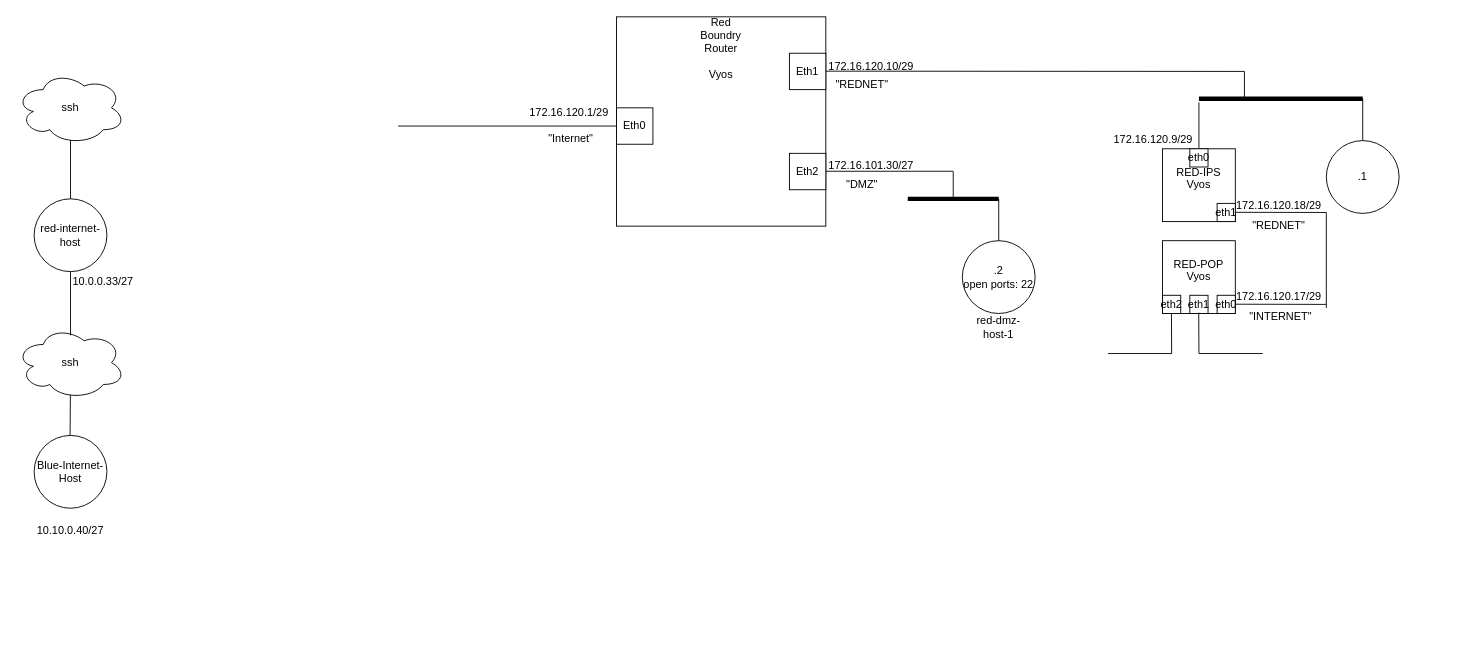
This is Untitled Diagram.drawio from NotXavierrr/Map, a draw.io file, before an edit. Source tidied: cells renumbered, new cells numbered last; positions are measured from the earlier drawing's top-left corner, leaving out a move shared by most shapes. Both pictures are drawn from the tidied source at 91%, with x=0, y=0 at pixel (15, 16).
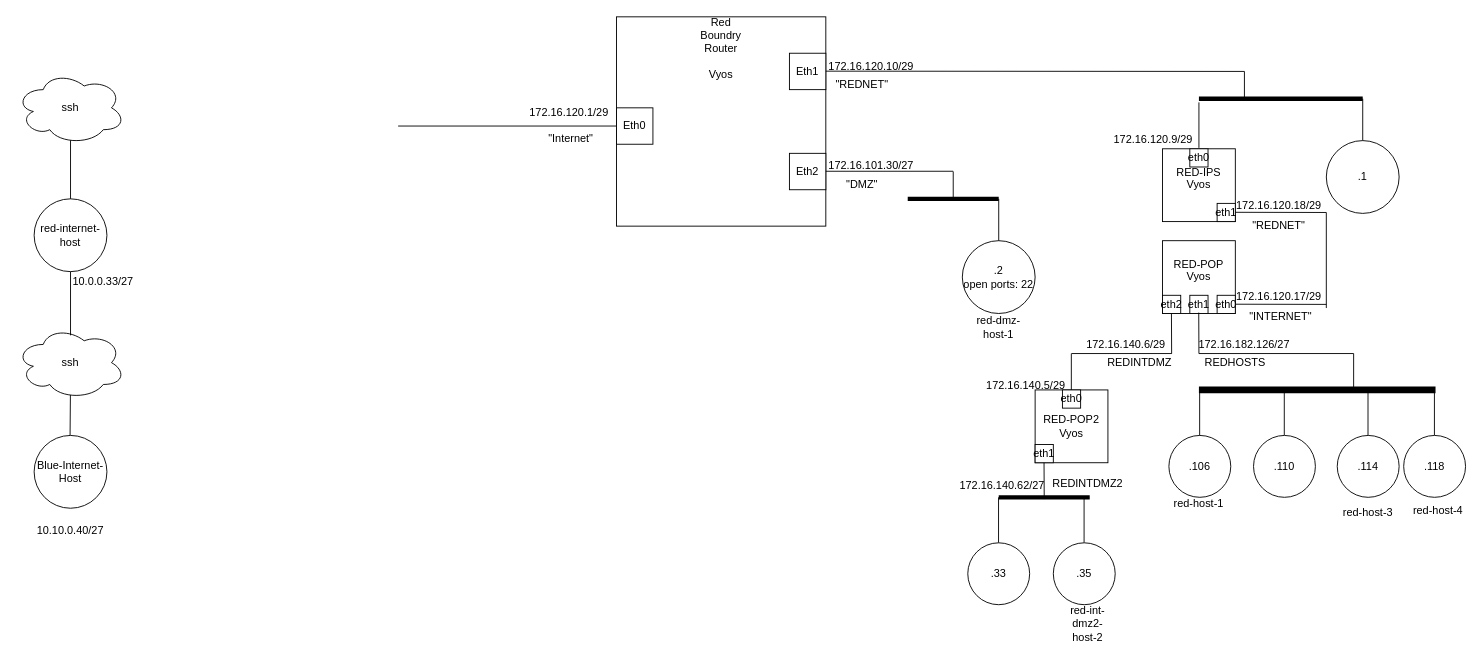
After the change.

What changed in the source:
```diff
@@
     <mxCell id="52" style="endArrow=none;html=1;rounded=0;" parent="1" edge="1">
       <mxGeometry relative="1" as="geometry">
-        <mxPoint x="1370.2" y="370" as="sourcePoint" />
+        <mxPoint x="1470" y="370" as="sourcePoint" />
         <mxPoint x="1300" y="370" as="targetPoint" />
       </mxGeometry>
     </mxCell>
     <mxCell id="53" style="endArrow=none;html=1;rounded=0;" parent="1" edge="1">
       <mxGeometry relative="1" as="geometry">
         <mxPoint x="1270.2" y="370" as="sourcePoint" />
-        <mxPoint x="1200" y="370" as="targetPoint" />
+        <mxPoint x="1160" y="370" as="targetPoint" />
       </mxGeometry>
     </mxCell>
+    <mxCell id="54" value="172.16.182.126/27" style="text;html=1;align=center;verticalAlign=middle;whiteSpace=wrap;rounded=0;" parent="1" vertex="1">
+      <mxGeometry x="1320" y="345" width="60" height="30" as="geometry" />
+    </mxCell>
+    <mxCell id="55" value="172.16.140.6/29" style="text;html=1;align=center;verticalAlign=middle;whiteSpace=wrap;rounded=0;" parent="1" vertex="1">
+      <mxGeometry x="1190" y="345" width="60" height="30" as="geometry" />
+    </mxCell>
+    <mxCell id="56" value="REDHOSTS" style="text;html=1;align=center;verticalAlign=middle;whiteSpace=wrap;rounded=0;" parent="1" vertex="1">
+      <mxGeometry x="1310" y="365" width="60" height="30" as="geometry" />
+    </mxCell>
+    <mxCell id="57" value="REDINTDMZ" style="text;html=1;align=center;verticalAlign=middle;whiteSpace=wrap;rounded=0;" parent="1" vertex="1">
+      <mxGeometry x="1205" y="365" width="60" height="30" as="geometry" />
+    </mxCell>
+    <mxCell id="58" style="endArrow=none;html=1;rounded=0;" parent="1" edge="1">
+      <mxGeometry relative="1" as="geometry">
+        <mxPoint x="1470" y="410" as="sourcePoint" />
+        <mxPoint x="1470" y="370" as="targetPoint" />
+      </mxGeometry>
+    </mxCell>
+    <mxCell id="59" style="shape=link;html=1;rounded=0;width=-6.4;strokeWidth=4;" parent="1" edge="1">
+      <mxGeometry relative="1" as="geometry">
+        <mxPoint x="1300" y="410" as="sourcePoint" />
+        <mxPoint x="1560" y="410" as="targetPoint" />
+      </mxGeometry>
+    </mxCell>
+    <mxCell id="60" style="endArrow=none;html=1;rounded=0;" parent="1" edge="1">
+      <mxGeometry relative="1" as="geometry">
+        <mxPoint x="1300.8" y="460" as="sourcePoint" />
+        <mxPoint x="1300.8" y="410" as="targetPoint" />
+      </mxGeometry>
+    </mxCell>
+    <mxCell id="61" value=".106" style="ellipse;whiteSpace=wrap;html=1;" parent="1" vertex="1">
+      <mxGeometry x="1267" y="460" width="68" height="68" as="geometry" />
+    </mxCell>
+    <mxCell id="62" style="endArrow=none;html=1;rounded=0;" parent="1" edge="1">
+      <mxGeometry relative="1" as="geometry">
+        <mxPoint x="1393.8" y="460" as="sourcePoint" />
+        <mxPoint x="1393.8" y="410" as="targetPoint" />
+      </mxGeometry>
+    </mxCell>
+    <mxCell id="63" value=".110" style="ellipse;whiteSpace=wrap;html=1;" parent="1" vertex="1">
+      <mxGeometry x="1360" y="460" width="68" height="68" as="geometry" />
+    </mxCell>
+    <mxCell id="64" style="endArrow=none;html=1;rounded=0;" parent="1" edge="1">
+      <mxGeometry relative="1" as="geometry">
+        <mxPoint x="1485.8" y="460" as="sourcePoint" />
+        <mxPoint x="1485.8" y="410" as="targetPoint" />
+      </mxGeometry>
+    </mxCell>
+    <mxCell id="65" value=".114" style="ellipse;whiteSpace=wrap;html=1;" parent="1" vertex="1">
+      <mxGeometry x="1452" y="460" width="68" height="68" as="geometry" />
+    </mxCell>
+    <mxCell id="66" style="endArrow=none;html=1;rounded=0;" parent="1" edge="1">
+      <mxGeometry relative="1" as="geometry">
+        <mxPoint x="1558.8" y="460" as="sourcePoint" />
+        <mxPoint x="1558.8" y="410" as="targetPoint" />
+      </mxGeometry>
+    </mxCell>
+    <mxCell id="67" value=".118" style="ellipse;whiteSpace=wrap;html=1;" parent="1" vertex="1">
+      <mxGeometry x="1525" y="460" width="68" height="68" as="geometry" />
+    </mxCell>
+    <mxCell id="68" value="red-host-1" style="text;html=1;align=center;verticalAlign=middle;whiteSpace=wrap;rounded=0;" parent="1" vertex="1">
+      <mxGeometry x="1270" y="520" width="60" height="30" as="geometry" />
+    </mxCell>
+    <mxCell id="69" value="RED-POP2&lt;div&gt;Vyos&lt;/div&gt;" style="whiteSpace=wrap;html=1;" parent="1" vertex="1">
+      <mxGeometry x="1120" y="410" width="80" height="80" as="geometry" />
+    </mxCell>
+    <mxCell id="70" style="endArrow=none;html=1;rounded=0;" parent="1" edge="1">
+      <mxGeometry relative="1" as="geometry">
+        <mxPoint x="1159.8" y="410" as="sourcePoint" />
+        <mxPoint x="1159.8" y="370" as="targetPoint" />
+      </mxGeometry>
+    </mxCell>
+    <mxCell id="71" value="eth0" style="whiteSpace=wrap;html=1;" parent="1" vertex="1">
+      <mxGeometry x="1150" y="410" width="20" height="20" as="geometry" />
+    </mxCell>
+    <mxCell id="72" value="eth1" style="whiteSpace=wrap;html=1;" parent="1" vertex="1">
+      <mxGeometry x="1120" y="470" width="20" height="20" as="geometry" />
+    </mxCell>
+    <mxCell id="73" value="172.16.140.5/29" style="text;html=1;align=center;verticalAlign=middle;whiteSpace=wrap;rounded=0;" parent="1" vertex="1">
+      <mxGeometry x="1080" y="390" width="60" height="30" as="geometry" />
+    </mxCell>
+    <mxCell id="74" style="endArrow=none;html=1;rounded=0;" parent="1" edge="1">
+      <mxGeometry relative="1" as="geometry">
+        <mxPoint x="1130" y="530" as="sourcePoint" />
+        <mxPoint x="1129.8" y="490" as="targetPoint" />
+      </mxGeometry>
+    </mxCell>
+    <mxCell id="75" style="shape=link;html=1;rounded=0;strokeWidth=4;width=-3.7142857142857144;" parent="1" edge="1">
+      <mxGeometry relative="1" as="geometry">
+        <mxPoint x="1080" y="528" as="sourcePoint" />
+        <mxPoint x="1180" y="528" as="targetPoint" />
+      </mxGeometry>
+    </mxCell>
+    <mxCell id="76" style="endArrow=none;html=1;rounded=0;" parent="1" edge="1">
+      <mxGeometry relative="1" as="geometry">
+        <mxPoint x="1079.8" y="578" as="sourcePoint" />
+        <mxPoint x="1079.8" y="528" as="targetPoint" />
+      </mxGeometry>
+    </mxCell>
+    <mxCell id="77" value=".33" style="ellipse;whiteSpace=wrap;html=1;" parent="1" vertex="1">
+      <mxGeometry x="1046" y="578" width="68" height="68" as="geometry" />
+    </mxCell>
+    <mxCell id="78" style="endArrow=none;html=1;rounded=0;" parent="1" edge="1">
+      <mxGeometry relative="1" as="geometry">
+        <mxPoint x="1173.8" y="578" as="sourcePoint" />
+        <mxPoint x="1173.8" y="528" as="targetPoint" />
+      </mxGeometry>
+    </mxCell>
+    <mxCell id="79" value=".35" style="ellipse;whiteSpace=wrap;html=1;" parent="1" vertex="1">
+      <mxGeometry x="1140" y="578" width="68" height="68" as="geometry" />
+    </mxCell>
+    <mxCell id="80" value="red-int-dmz2-host-2" style="text;html=1;align=center;verticalAlign=middle;whiteSpace=wrap;rounded=0;" parent="1" vertex="1">
+      <mxGeometry x="1148" y="652" width="60" height="30" as="geometry" />
+    </mxCell>
+    <mxCell id="81" value="172.16.140.62/27" style="text;html=1;align=center;verticalAlign=middle;whiteSpace=wrap;rounded=0;" parent="1" vertex="1">
+      <mxGeometry x="1054" y="500" width="60" height="30" as="geometry" />
+    </mxCell>
+    <mxCell id="82" value="REDINTDMZ2" style="text;html=1;align=center;verticalAlign=middle;whiteSpace=wrap;rounded=0;" parent="1" vertex="1">
+      <mxGeometry x="1148" y="498" width="60" height="30" as="geometry" />
+    </mxCell>
+    <mxCell id="83" value="red-host-3" style="text;html=1;align=center;verticalAlign=middle;whiteSpace=wrap;rounded=0;" parent="1" vertex="1">
+      <mxGeometry x="1456" y="530" width="60" height="30" as="geometry" />
+    </mxCell>
+    <mxCell id="84" value="red-host-4" style="text;html=1;align=center;verticalAlign=middle;whiteSpace=wrap;rounded=0;" parent="1" vertex="1">
+      <mxGeometry x="1533" y="528" width="60" height="30" as="geometry" />
+    </mxCell>
```
